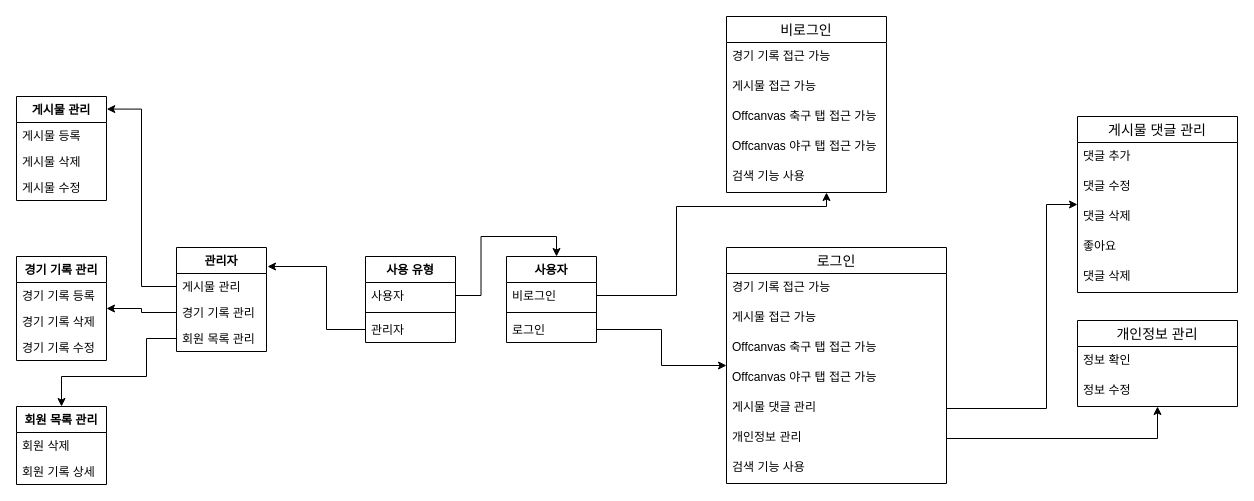
This is personalProject/personal_project.drawio from HIMMEL95/html_tr2, a draw.io file, before an edit. Source tidied: cells renumbered, new cells numbered last; positions are measured from the earlier drawing's top-left corner, leaving out a move shared by most shapes. Both pictures are drawn from the tidied source at 100%, with x=0, y=0 at pixel (16, 16).
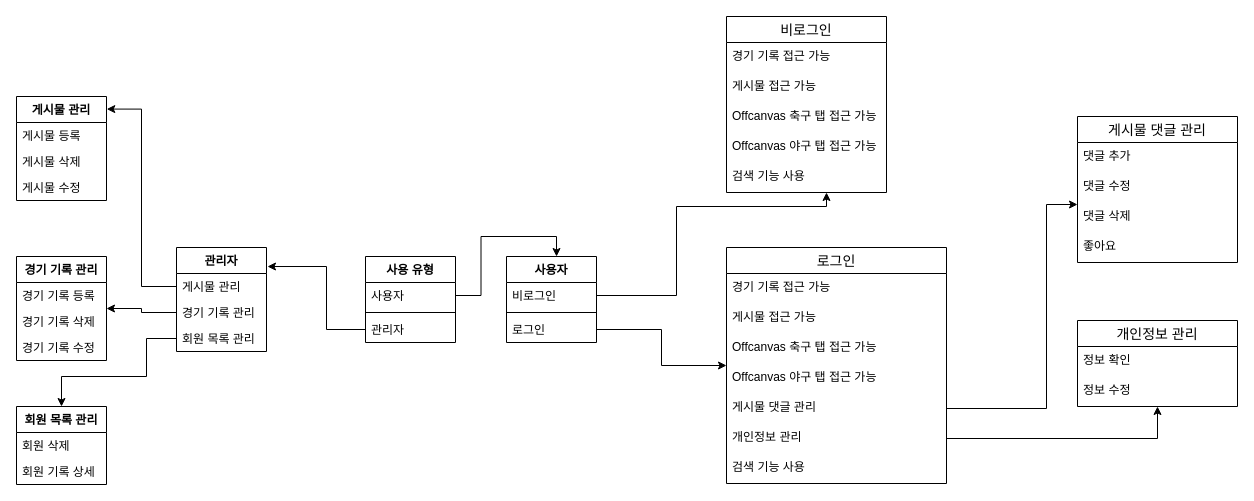
The same diagram, later.

Diff of the diagram source:
```diff
@@
     <mxCell id="30" value="게시물 댓글 관리" style="swimlane;fontStyle=0;horizontal=1;startSize=26;align=center;fontSize=14;" parent="1" vertex="1">
-      <mxGeometry x="1061" y="100" width="160" height="176" as="geometry" />
+      <mxGeometry x="1061" y="100" width="160" height="146" as="geometry" />
     </mxCell>
@@
-    <mxCell id="35" value="댓글 삭제" style="text;strokeColor=none;fillColor=none;spacingLeft=4;spacingRight=4;overflow=hidden;fontSize=12;" parent="30" vertex="1">
-      <mxGeometry y="146" width="160" height="30" as="geometry" />
-    </mxCell>
```
